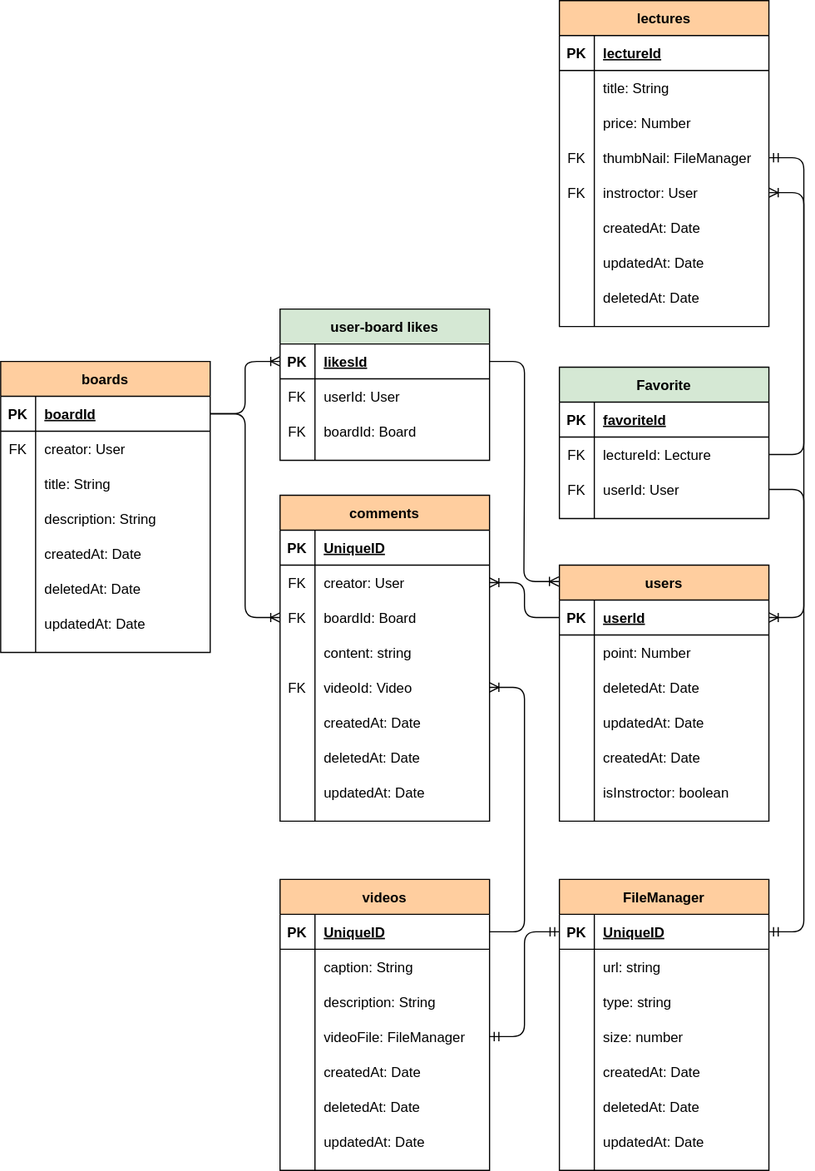
Earlier version of the draw.io export E-RDiagram.svg (funetes/beveloper-v2-backend). Source tidied: cells renumbered, new cells last; positions are measured from the earlier drawing's top-left corner, leaving out a move shared by most shapes.
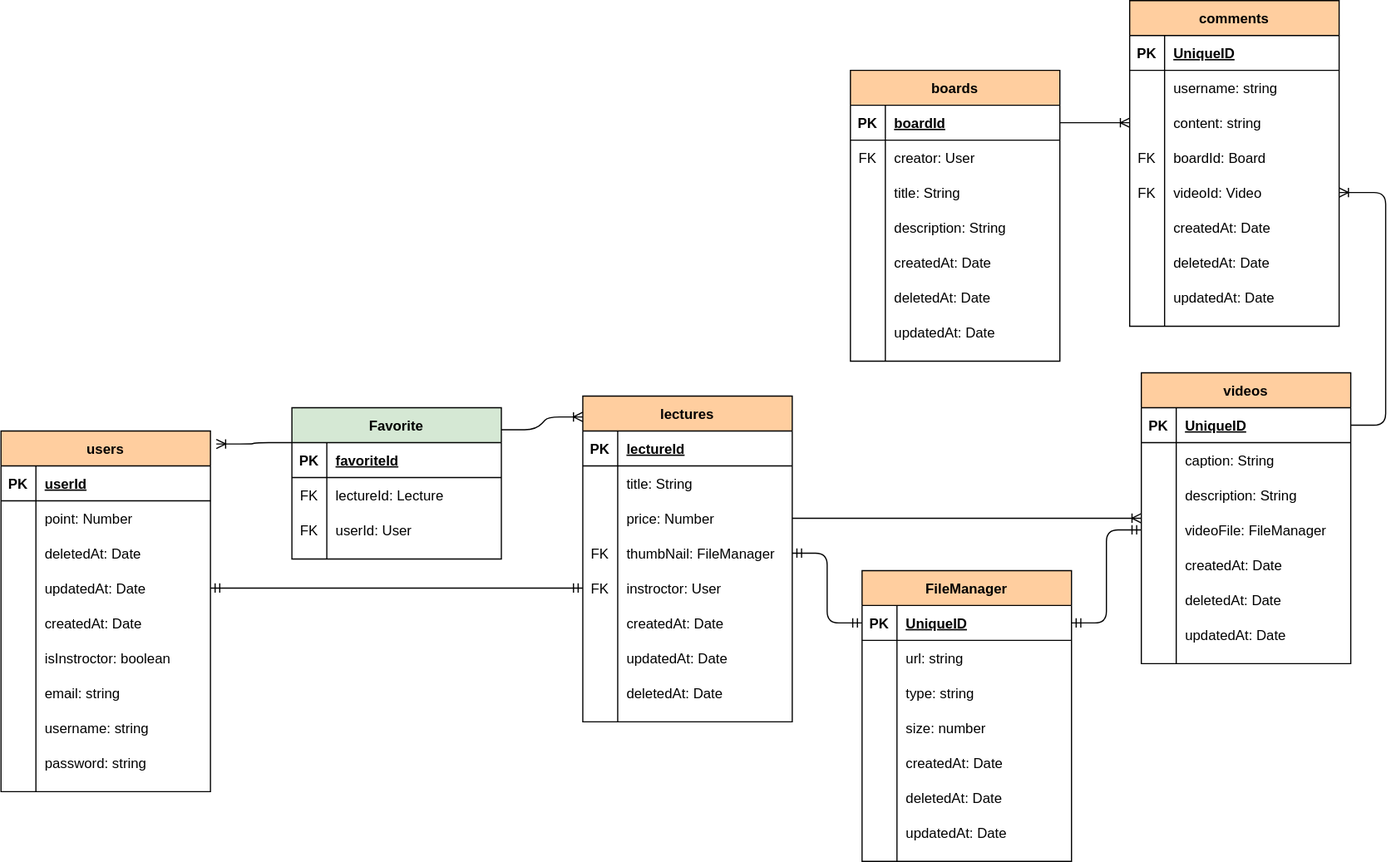
Above is the later version.

Diff of the diagram source:
```diff
@@ -3,7 +3,7 @@
     <mxCell id="0" />
     <mxCell id="1" parent="0" />
     <mxCell id="2" value="lectures" style="shape=table;startSize=30;rowLines=0;fontStyle=1;align=center;fillColor=#FFCE9F;" parent="1" vertex="1">
-      <mxGeometry x="480" width="180" height="280" as="geometry" />
+      <mxGeometry x="230" y="875" width="180" height="280" as="geometry" />
     </mxCell>
     <mxCell id="3" style="shape=partialRectangle;fillColor=none;top=0;left=0;bottom=1;right=0;" parent="2" vertex="1">
       <mxGeometry y="30" width="180" height="30" as="geometry" />
@@ -78,7 +78,7 @@
       <mxGeometry x="30" width="150" height="30" as="geometry" />
     </mxCell>
     <mxCell id="27" value="users" style="shape=table;startSize=30;rowLines=0;fontStyle=1;align=center;fillColor=#FFCE9F;" parent="1" vertex="1">
-      <mxGeometry x="480" y="485" width="180" height="220" as="geometry" />
+      <mxGeometry x="-270" y="905" width="180" height="310" as="geometry" />
     </mxCell>
     <mxCell id="28" style="shape=partialRectangle;fillColor=none;top=0;left=0;bottom=1;right=0;points=[[0,0.5],[1,0.5]];portConstraint=eastwest;" parent="27" vertex="1">
       <mxGeometry y="30" width="180" height="30" as="geometry" />
@@ -134,8 +134,35 @@
     <mxCell id="45" value="isInstroctor: boolean" style="shape=partialRectangle;fillColor=none;top=0;left=0;bottom=0;right=0;align=left;spacingLeft=6;overflow=hidden;" parent="43" vertex="1">
       <mxGeometry x="30" width="150" height="30" as="geometry" />
     </mxCell>
+    <mxCell id="166" style="shape=partialRectangle;fillColor=none;top=0;left=0;bottom=0;right=0;" parent="27" vertex="1">
+      <mxGeometry y="210" width="180" height="30" as="geometry" />
+    </mxCell>
+    <mxCell id="167" style="shape=partialRectangle;fillColor=none;top=0;left=0;bottom=0;right=0;overflow=hidden;" parent="166" vertex="1">
+      <mxGeometry width="30" height="30" as="geometry" />
+    </mxCell>
+    <mxCell id="168" value="email: string" style="shape=partialRectangle;fillColor=none;top=0;left=0;bottom=0;right=0;align=left;spacingLeft=6;overflow=hidden;" parent="166" vertex="1">
+      <mxGeometry x="30" width="150" height="30" as="geometry" />
+    </mxCell>
+    <mxCell id="169" style="shape=partialRectangle;fillColor=none;top=0;left=0;bottom=0;right=0;" parent="27" vertex="1">
+      <mxGeometry y="240" width="180" height="30" as="geometry" />
+    </mxCell>
+    <mxCell id="170" style="shape=partialRectangle;fillColor=none;top=0;left=0;bottom=0;right=0;overflow=hidden;" parent="169" vertex="1">
+      <mxGeometry width="30" height="30" as="geometry" />
+    </mxCell>
+    <mxCell id="171" value="username: string" style="shape=partialRectangle;fillColor=none;top=0;left=0;bottom=0;right=0;align=left;spacingLeft=6;overflow=hidden;" parent="169" vertex="1">
+      <mxGeometry x="30" width="150" height="30" as="geometry" />
+    </mxCell>
+    <mxCell id="172" style="shape=partialRectangle;fillColor=none;top=0;left=0;bottom=0;right=0;" parent="27" vertex="1">
+      <mxGeometry y="270" width="180" height="30" as="geometry" />
+    </mxCell>
+    <mxCell id="173" style="shape=partialRectangle;fillColor=none;top=0;left=0;bottom=0;right=0;overflow=hidden;" parent="172" vertex="1">
+      <mxGeometry width="30" height="30" as="geometry" />
+    </mxCell>
+    <mxCell id="174" value="password: string" style="shape=partialRectangle;fillColor=none;top=0;left=0;bottom=0;right=0;align=left;spacingLeft=6;overflow=hidden;" parent="172" vertex="1">
+      <mxGeometry x="30" width="150" height="30" as="geometry" />
+    </mxCell>
     <mxCell id="46" value="comments" style="shape=table;startSize=30;rowLines=0;fontStyle=1;align=center;fillColor=#FFCE9F;" parent="1" vertex="1">
-      <mxGeometry x="240" y="425" width="180" height="280" as="geometry" />
+      <mxGeometry x="700" y="535" width="180" height="280" as="geometry" />
     </mxCell>
     <mxCell id="47" style="shape=partialRectangle;fillColor=none;top=0;left=0;bottom=1;right=0;" parent="46" vertex="1">
       <mxGeometry y="30" width="180" height="30" as="geometry" />
@@ -149,23 +176,14 @@
     <mxCell id="50" style="shape=partialRectangle;fillColor=none;top=0;left=0;bottom=0;right=0;points=[[0,0.5],[1,0.5]];portConstraint=eastwest;" parent="46" vertex="1">
       <mxGeometry y="60" width="180" height="30" as="geometry" />
     </mxCell>
-    <mxCell id="51" value="FK" style="shape=partialRectangle;fillColor=none;top=0;left=0;bottom=0;right=0;overflow=hidden;" parent="50" vertex="1">
+    <mxCell id="51" style="shape=partialRectangle;fillColor=none;top=0;left=0;bottom=0;right=0;overflow=hidden;" parent="50" vertex="1">
       <mxGeometry width="30" height="30" as="geometry" />
     </mxCell>
-    <mxCell id="52" value="creator: User" style="shape=partialRectangle;fillColor=none;top=0;left=0;bottom=0;right=0;align=left;spacingLeft=6;overflow=hidden;" parent="50" vertex="1">
+    <mxCell id="52" value="username: string" style="shape=partialRectangle;fillColor=none;top=0;left=0;bottom=0;right=0;align=left;spacingLeft=6;overflow=hidden;" parent="50" vertex="1">
       <mxGeometry x="30" width="150" height="30" as="geometry" />
     </mxCell>
-    <mxCell id="53" style="shape=partialRectangle;fillColor=none;top=0;left=0;bottom=0;right=0;points=[[0,0.5],[1,0.5]];portConstraint=eastwest;" parent="46" vertex="1">
-      <mxGeometry y="90" width="180" height="30" as="geometry" />
-    </mxCell>
-    <mxCell id="54" value="FK" style="shape=partialRectangle;fillColor=none;top=0;left=0;bottom=0;right=0;overflow=hidden;" parent="53" vertex="1">
-      <mxGeometry width="30" height="30" as="geometry" />
-    </mxCell>
-    <mxCell id="55" value="boardId: Board" style="shape=partialRectangle;fillColor=none;top=0;left=0;bottom=0;right=0;align=left;spacingLeft=6;overflow=hidden;" parent="53" vertex="1">
-      <mxGeometry x="30" width="150" height="30" as="geometry" />
-    </mxCell>
     <mxCell id="56" style="shape=partialRectangle;fillColor=none;top=0;left=0;bottom=0;right=0;" parent="46" vertex="1">
-      <mxGeometry y="120" width="180" height="30" as="geometry" />
+      <mxGeometry y="90" width="180" height="30" as="geometry" />
     </mxCell>
     <mxCell id="57" style="shape=partialRectangle;fillColor=none;top=0;left=0;bottom=0;right=0;overflow=hidden;" parent="56" vertex="1">
       <mxGeometry width="30" height="30" as="geometry" />
@@ -173,6 +191,15 @@
     <mxCell id="58" value="content: string" style="shape=partialRectangle;fillColor=none;top=0;left=0;bottom=0;right=0;align=left;spacingLeft=6;overflow=hidden;" parent="56" vertex="1">
       <mxGeometry x="30" width="150" height="30" as="geometry" />
     </mxCell>
+    <mxCell id="175" style="shape=partialRectangle;fillColor=none;top=0;left=0;bottom=0;right=0;" parent="46" vertex="1">
+      <mxGeometry y="120" width="180" height="30" as="geometry" />
+    </mxCell>
+    <mxCell id="176" value="FK" style="shape=partialRectangle;fillColor=none;top=0;left=0;bottom=0;right=0;overflow=hidden;" parent="175" vertex="1">
+      <mxGeometry width="30" height="30" as="geometry" />
+    </mxCell>
+    <mxCell id="177" value="boardId: Board" style="shape=partialRectangle;fillColor=none;top=0;left=0;bottom=0;right=0;align=left;spacingLeft=6;overflow=hidden;" parent="175" vertex="1">
+      <mxGeometry x="30" width="150" height="30" as="geometry" />
+    </mxCell>
     <mxCell id="59" style="shape=partialRectangle;fillColor=none;top=0;left=0;bottom=0;right=0;points=[[0,0.5],[1,0.5]];portConstraint=eastwest;" parent="46" vertex="1">
       <mxGeometry y="150" width="180" height="30" as="geometry" />
     </mxCell>
@@ -210,7 +237,7 @@
       <mxGeometry x="30" width="150" height="30" as="geometry" />
     </mxCell>
     <mxCell id="71" value="boards" style="shape=table;startSize=30;rowLines=0;fontStyle=1;align=center;fillColor=#FFCE9F;" parent="1" vertex="1">
-      <mxGeometry y="310" width="180" height="250" as="geometry" />
+      <mxGeometry x="460" y="595" width="180" height="250" as="geometry" />
     </mxCell>
     <mxCell id="72" style="shape=partialRectangle;fillColor=none;top=0;left=0;bottom=1;right=0;points=[[0,0.5],[1,0.5]];portConstraint=eastwest;" parent="71" vertex="1">
       <mxGeometry y="30" width="180" height="30" as="geometry" />
@@ -276,7 +303,7 @@
       <mxGeometry x="30" width="150" height="30" as="geometry" />
     </mxCell>
     <mxCell id="93" value="FileManager" style="shape=table;startSize=30;rowLines=0;fontStyle=1;align=center;fillColor=#FFCE9F;" parent="1" vertex="1">
-      <mxGeometry x="480" y="755" width="180" height="250" as="geometry" />
+      <mxGeometry x="470" y="1025" width="180" height="250" as="geometry" />
     </mxCell>
     <mxCell id="94" style="shape=partialRectangle;fillColor=none;top=0;left=0;bottom=1;right=0;points=[[0,0.5],[1,0.5]];portConstraint=eastwest;" parent="93" vertex="1">
       <mxGeometry y="30" width="180" height="30" as="geometry" />
@@ -342,7 +369,7 @@
       <mxGeometry x="30" width="150" height="30" as="geometry" />
     </mxCell>
     <mxCell id="115" value="videos" style="shape=table;startSize=30;rowLines=0;fontStyle=1;align=center;fillColor=#FFCE9F;" parent="1" vertex="1">
-      <mxGeometry x="240" y="755" width="180" height="250" as="geometry" />
+      <mxGeometry x="710" y="855" width="180" height="250" as="geometry" />
     </mxCell>
     <mxCell id="116" style="shape=partialRectangle;fillColor=none;top=0;left=0;bottom=1;right=0;points=[[0,0.5],[1,0.5]];portConstraint=eastwest;" parent="115" vertex="1">
       <mxGeometry y="30" width="180" height="30" as="geometry" />
@@ -408,7 +435,7 @@
       <mxGeometry x="30" width="150" height="30" as="geometry" />
     </mxCell>
     <mxCell id="137" value="Favorite" style="shape=table;startSize=30;rowLines=0;fontStyle=1;align=center;fillColor=#D5E8D4;" parent="1" vertex="1">
-      <mxGeometry x="480" y="315" width="180" height="130" as="geometry" />
+      <mxGeometry x="-20" y="885" width="180" height="130" as="geometry" />
     </mxCell>
     <mxCell id="138" style="shape=partialRectangle;fillColor=none;top=0;left=0;bottom=1;right=0;points=[[0,0.5],[1,0.5]];portConstraint=eastwest;" parent="137" vertex="1">
       <mxGeometry y="30" width="180" height="30" as="geometry" />
@@ -437,62 +464,31 @@
     <mxCell id="146" value="userId: User" style="shape=partialRectangle;fillColor=none;top=0;left=0;bottom=0;right=0;align=left;spacingLeft=6;overflow=hidden;" parent="144" vertex="1">
       <mxGeometry x="30" width="150" height="30" as="geometry" />
     </mxCell>
-    <mxCell id="147" value="user-board likes" style="shape=table;startSize=30;rowLines=0;fontStyle=1;align=center;fillColor=#D5E8D4;" parent="1" vertex="1">
-      <mxGeometry x="240" y="265" width="180" height="130" as="geometry" />
-    </mxCell>
-    <mxCell id="148" style="shape=partialRectangle;fillColor=none;top=0;left=0;bottom=1;right=0;points=[[0,0.5],[1,0.5]];portConstraint=eastwest;" parent="147" vertex="1">
-      <mxGeometry y="30" width="180" height="30" as="geometry" />
-    </mxCell>
-    <mxCell id="149" value="PK" style="shape=partialRectangle;fillColor=none;top=0;left=0;bottom=0;right=0;fontStyle=1;overflow=hidden;" parent="148" vertex="1">
-      <mxGeometry width="30" height="30" as="geometry" />
-    </mxCell>
-    <mxCell id="150" value="likesId" style="shape=partialRectangle;fillColor=none;top=0;left=0;bottom=0;right=0;align=left;spacingLeft=6;fontStyle=5;overflow=hidden;" parent="148" vertex="1">
-      <mxGeometry x="30" width="150" height="30" as="geometry" />
-    </mxCell>
-    <mxCell id="151" style="shape=partialRectangle;fillColor=none;top=0;left=0;bottom=0;right=0;" parent="147" vertex="1">
-      <mxGeometry y="60" width="180" height="30" as="geometry" />
-    </mxCell>
-    <mxCell id="152" value="FK" style="shape=partialRectangle;fillColor=none;top=0;left=0;bottom=0;right=0;overflow=hidden;" parent="151" vertex="1">
-      <mxGeometry width="30" height="30" as="geometry" />
-    </mxCell>
-    <mxCell id="153" value="userId: User" style="shape=partialRectangle;fillColor=none;top=0;left=0;bottom=0;right=0;align=left;spacingLeft=6;overflow=hidden;" parent="151" vertex="1">
-      <mxGeometry x="30" width="150" height="30" as="geometry" />
-    </mxCell>
-    <mxCell id="154" style="shape=partialRectangle;fillColor=none;top=0;left=0;bottom=0;right=0;" parent="147" vertex="1">
-      <mxGeometry y="90" width="180" height="30" as="geometry" />
-    </mxCell>
-    <mxCell id="155" value="FK" style="shape=partialRectangle;fillColor=none;top=0;left=0;bottom=0;right=0;overflow=hidden;" parent="154" vertex="1">
-      <mxGeometry width="30" height="30" as="geometry" />
-    </mxCell>
-    <mxCell id="156" value="boardId: Board" style="shape=partialRectangle;fillColor=none;top=0;left=0;bottom=0;right=0;align=left;spacingLeft=6;overflow=hidden;" parent="154" vertex="1">
-      <mxGeometry x="30" width="150" height="30" as="geometry" />
-    </mxCell>
     <mxCell id="157" style="edgeStyle=entityRelationEdgeStyle;fontSize=12;html=1;endArrow=ERmandOne;startArrow=ERmandOne;" parent="1" edge="1" source="12" target="94">
       <mxGeometry relative="1" as="geometry" />
     </mxCell>
-    <mxCell id="158" style="edgeStyle=entityRelationEdgeStyle;fontSize=12;html=1;endArrow=ERoneToMany;" parent="1" edge="1" source="141" target="15">
+    <mxCell id="158" style="edgeStyle=entityRelationEdgeStyle;fontSize=12;html=1;endArrow=ERoneToMany;entryX=0;entryY=0.064;entryDx=0;entryDy=0;entryPerimeter=0;exitX=1;exitY=0.146;exitDx=0;exitDy=0;exitPerimeter=0;" parent="1" edge="1" source="137" target="2">
       <mxGeometry relative="1" as="geometry" />
     </mxCell>
     <mxCell id="159" style="edgeStyle=entityRelationEdgeStyle;fontSize=12;html=1;endArrow=ERmandOne;startArrow=ERmandOne;" parent="1" edge="1" source="125" target="94">
       <mxGeometry relative="1" as="geometry" />
     </mxCell>
-    <mxCell id="160" style="edgeStyle=entityRelationEdgeStyle;fontSize=12;html=1;endArrow=ERoneToMany;" parent="1" edge="1" source="144" target="28">
+    <mxCell id="160" style="edgeStyle=entityRelationEdgeStyle;fontSize=12;html=1;endArrow=ERoneToMany;exitX=0;exitY=0;exitDx=0;exitDy=0;exitPerimeter=0;entryX=1.028;entryY=0.036;entryDx=0;entryDy=0;entryPerimeter=0;" parent="1" edge="1" source="138" target="27">
       <mxGeometry relative="1" as="geometry" />
     </mxCell>
-    <mxCell id="161" style="edgeStyle=entityRelationEdgeStyle;fontSize=12;html=1;endArrow=ERoneToMany;entryX=-0.003;entryY=0.064;entryDx=0;entryDy=0;entryPerimeter=0;" parent="1" edge="1" source="148" target="27">
-      <mxGeometry relative="1" as="geometry" />
-    </mxCell>
-    <mxCell id="162" style="edgeStyle=entityRelationEdgeStyle;fontSize=12;html=1;endArrow=ERoneToMany;" parent="1" edge="1" source="72" target="148">
-      <mxGeometry relative="1" as="geometry" />
-    </mxCell>
-    <mxCell id="163" style="edgeStyle=entityRelationEdgeStyle;fontSize=12;html=1;endArrow=ERoneToMany;exitX=1;exitY=0.5;exitDx=0;exitDy=0;" parent="1" edge="1" source="72" target="53">
-      <mxGeometry relative="1" as="geometry" />
+    <mxCell id="163" style="edgeStyle=entityRelationEdgeStyle;fontSize=12;html=1;endArrow=ERoneToMany;exitX=1;exitY=0.5;exitDx=0;exitDy=0;" parent="1" edge="1" source="72">
+      <mxGeometry relative="1" as="geometry">
+        <mxPoint x="700" y="640" as="targetPoint" />
+      </mxGeometry>
     </mxCell>
     <mxCell id="164" style="edgeStyle=entityRelationEdgeStyle;fontSize=12;html=1;endArrow=ERoneToMany;" parent="1" edge="1" source="116" target="59">
       <mxGeometry relative="1" as="geometry" />
     </mxCell>
-    <mxCell id="165" style="edgeStyle=entityRelationEdgeStyle;fontSize=12;html=1;endArrow=ERoneToMany;entryX=1;entryY=0.5;entryDx=0;entryDy=0;" parent="1" edge="1" source="28" target="50">
-      <mxGeometry relative="1" as="geometry" />
-    </mxCell>
+    <mxCell id="178" style="edgeStyle=entityRelationEdgeStyle;fontSize=12;html=1;endArrow=ERoneToMany;exitX=1;exitY=0.5;exitDx=0;exitDy=0;" parent="1" edge="1" source="9" target="115">
+      <mxGeometry relative="1" as="geometry" />
+    </mxCell>
+    <mxCell id="179" style="edgeStyle=entityRelationEdgeStyle;fontSize=12;html=1;endArrow=ERmandOne;startArrow=ERmandOne;entryX=1;entryY=0.5;entryDx=0;entryDy=0;" parent="1" edge="1" source="15" target="37">
+      <mxGeometry relative="1" as="geometry" />
+    </mxCell>
   </root>
 </mxGraphModel>
```
